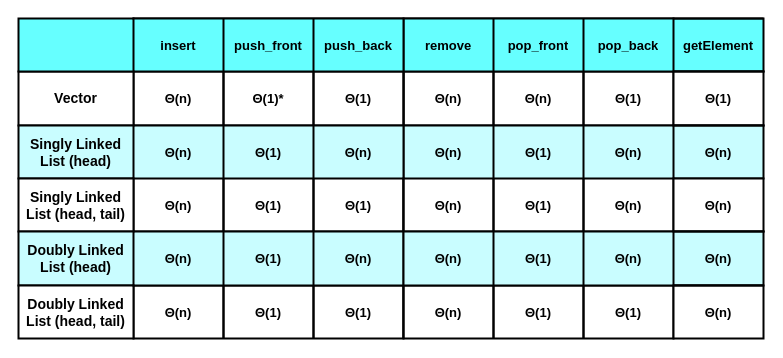
This is Pract 04/Images/timeComplexity.drawio from KristinaKalemdzhieva/Data_structures_and_algorithms_pract_FMI, a draw.io file, before an edit. Source tidied: cells renumbered, new cells numbered last; positions are measured from the earlier drawing's top-left corner, leaving out a move shared by most shapes. Both pictures are drawn from the tidied source at 100%, with x=0, y=0 at pixel (18, 18).
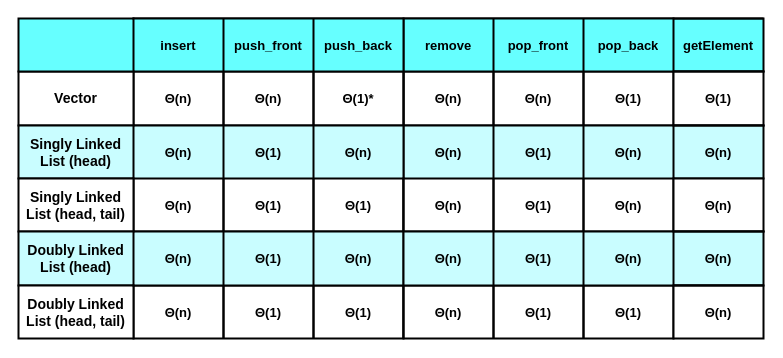
Above is the later version.

Unchanged cells that the change refers to:
```xml
<mxCell id="23" style="shape=tableRow;horizontal=0;startSize=0;swimlaneHead=0;swimlaneBody=0;top=0;left=0;bottom=0;right=0;fillColor=none;strokeColor=#000000;strokeWidth=2;fontColor=#000000;fontSize=13;fontStyle=1;verticalAlign=middle;" parent="18" vertex="1">
  <mxGeometry y="53" width="270" height="54" as="geometry" />
</mxCell>
```

The edit, as a diff of the source:
```diff
@@
-    <mxCell id="25" value="Θ(1)*" style="shape=partialRectangle;html=1;whiteSpace=wrap;fillColor=none;top=0;left=0;bottom=0;right=0;overflow=hidden;strokeColor=#000000;strokeWidth=2;fontColor=#000000;fontSize=13;fontStyle=1;verticalAlign=middle;" parent="23" vertex="1">
+    <mxCell id="25" value="Θ(n)" style="shape=partialRectangle;html=1;whiteSpace=wrap;fillColor=none;top=0;left=0;bottom=0;right=0;overflow=hidden;strokeColor=#000000;strokeWidth=2;fontColor=#000000;fontSize=13;fontStyle=1;verticalAlign=middle;" parent="23" vertex="1">
       <mxGeometry x="90" width="90" height="54" as="geometry" />
     </mxCell>
-    <mxCell id="26" value="Θ(1)" style="shape=partialRectangle;html=1;whiteSpace=wrap;fillColor=none;top=0;left=0;bottom=0;right=0;overflow=hidden;strokeColor=#000000;strokeWidth=2;fontColor=#000000;fontSize=13;fontStyle=1;verticalAlign=middle;" parent="23" vertex="1">
+    <mxCell id="26" value="Θ(1)*" style="shape=partialRectangle;html=1;whiteSpace=wrap;fillColor=none;top=0;left=0;bottom=0;right=0;overflow=hidden;strokeColor=#000000;strokeWidth=2;fontColor=#000000;fontSize=13;fontStyle=1;verticalAlign=middle;" parent="23" vertex="1">
       <mxGeometry x="180" width="90" height="54" as="geometry" />
     </mxCell>
```
